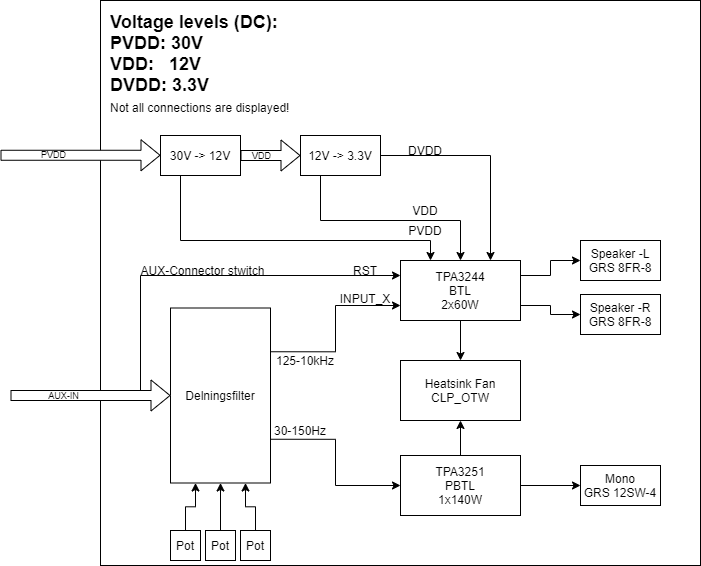
The draw.io diagram Documentation/Images/Blockdiagram.png in JoeyStrandnes/TSTE93_Slutsteget, before a commit. Source tidied: cells renumbered, new cells last; positions are measured from the earlier drawing's top-left corner, leaving out a move shared by most shapes.
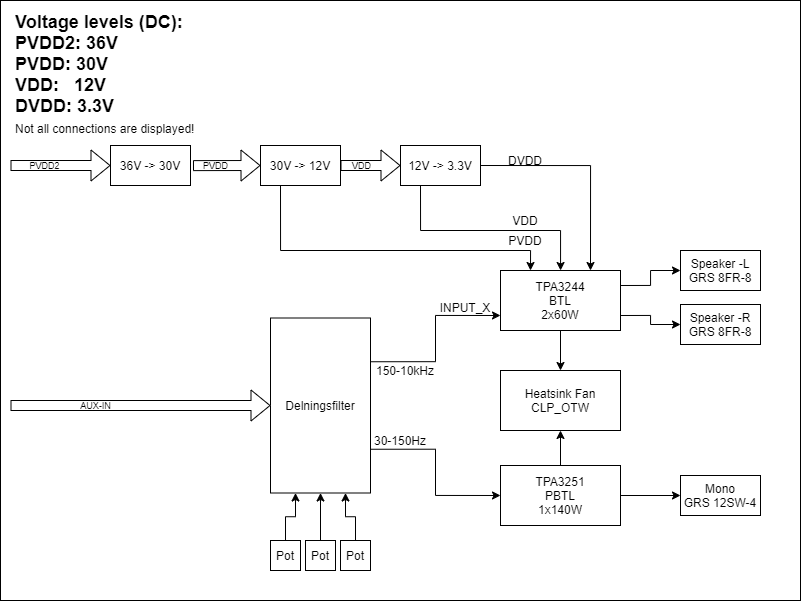
The same file after the commit.

Diff of the diagram source:
```diff
@@ -3,7 +3,7 @@
     <mxCell id="0" />
     <mxCell id="1" parent="0" />
     <mxCell id="2" style="rounded=0;whiteSpace=wrap;html=1;fillColor=none;" parent="1" vertex="1">
-      <mxGeometry x="100" width="600" height="565" as="geometry" />
+      <mxGeometry x="-100" y="-10" width="800" height="600" as="geometry" />
     </mxCell>
     <mxCell id="3" style="edgeStyle=orthogonalEdgeStyle;rounded=0;jettySize=auto;html=1;exitX=1;exitY=0.25;exitDx=0;exitDy=0;entryX=0;entryY=0.5;entryDx=0;entryDy=0;" parent="1" edge="1" source="6" target="22">
       <mxGeometry relative="1" as="geometry" />
@@ -38,7 +38,7 @@
     <mxCell id="13" value="30-150Hz" style="text;html=1;strokeColor=none;fillColor=none;align=center;verticalAlign=middle;whiteSpace=wrap;rounded=0;" parent="1" vertex="1">
       <mxGeometry x="270" y="420" width="60" height="20" as="geometry" />
     </mxCell>
-    <mxCell id="14" value="125-10kHz" style="text;html=1;strokeColor=none;fillColor=none;align=center;verticalAlign=middle;whiteSpace=wrap;rounded=0;" parent="1" vertex="1">
+    <mxCell id="14" value="150-10kHz" style="text;html=1;strokeColor=none;fillColor=none;align=center;verticalAlign=middle;whiteSpace=wrap;rounded=0;" parent="1" vertex="1">
       <mxGeometry x="270" y="350" width="70" height="20" as="geometry" />
     </mxCell>
     <mxCell id="15" style="edgeStyle=orthogonalEdgeStyle;rounded=0;jettySize=auto;html=1;exitX=0.5;exitY=0;exitDx=0;exitDy=0;entryX=0.25;entryY=1;entryDx=0;entryDy=0;" parent="1" edge="1" source="16" target="12">
@@ -73,36 +73,21 @@
     </mxCell>
     <mxCell id="25" style="shape=flexArrow;endArrow=classic;html=1;entryX=0;entryY=0.5;entryDx=0;entryDy=0;fillColor=#ffffff;" parent="1" edge="1" target="12">
       <mxGeometry relative="1" as="geometry">
-        <mxPoint x="10" y="395" as="sourcePoint" />
+        <mxPoint x="-90" y="395" as="sourcePoint" />
       </mxGeometry>
     </mxCell>
     <mxCell id="26" value="AUX-IN" style="edgeLabel;html=1;align=center;verticalAlign=middle;labelBackgroundColor=none;fontSize=9;" parent="25" vertex="1">
       <mxGeometry x="-0.34" y="1" relative="1" as="geometry" />
     </mxCell>
-    <mxCell id="27" value="&lt;h1&gt;Voltage levels (DC):&lt;br&gt;PVDD: 30V&lt;br&gt;VDD:&amp;nbsp; &amp;nbsp;12V&lt;br&gt;DVDD: 3.3V&lt;br&gt;&lt;span style=&quot;font-weight: normal&quot;&gt;&lt;font style=&quot;font-size: 12px&quot;&gt;Not all connections are displayed!&lt;/font&gt;&lt;/span&gt;&lt;/h1&gt;" style="text;html=1;strokeColor=none;fillColor=none;spacing=5;spacingTop=-20;whiteSpace=wrap;overflow=hidden;rounded=0;labelBackgroundColor=none;fontSize=9;" parent="1" vertex="1">
-      <mxGeometry x="105" y="10" width="190" height="120" as="geometry" />
+    <mxCell id="27" value="&lt;h1&gt;Voltage levels (DC):&lt;br&gt;PVDD2: 36V&lt;br&gt;PVDD: 30V&lt;br&gt;VDD:&amp;nbsp; &amp;nbsp;12V&lt;br&gt;DVDD: 3.3V&lt;br&gt;&lt;span style=&quot;font-weight: normal&quot;&gt;&lt;font style=&quot;font-size: 12px&quot;&gt;Not all connections are displayed!&lt;/font&gt;&lt;/span&gt;&lt;/h1&gt;" style="text;html=1;strokeColor=none;fillColor=none;spacing=5;spacingTop=-20;whiteSpace=wrap;overflow=hidden;rounded=0;labelBackgroundColor=none;fontSize=9;" parent="1" vertex="1">
+      <mxGeometry x="-90" width="190" height="130" as="geometry" />
     </mxCell>
-    <mxCell id="28" style="endArrow=classic;html=1;fillColor=#ffffff;fontSize=9;entryX=0;entryY=0.25;entryDx=0;entryDy=0;rounded=0;" parent="1" edge="1" target="6">
-      <mxGeometry relative="1" as="geometry">
-        <mxPoint x="140" y="390" as="sourcePoint" />
-        <Array as="points">
-          <mxPoint x="140" y="275" />
-        </Array>
-      </mxGeometry>
-    </mxCell>
-    <mxCell id="29" value="AUX-Connector stwitch" style="text;html=1;strokeColor=none;fillColor=none;align=center;verticalAlign=middle;whiteSpace=wrap;rounded=0;" parent="1" vertex="1">
-      <mxGeometry x="135" y="260" width="135" height="20" as="geometry" />
-    </mxCell>
-    <mxCell id="30" value="RST" style="text;html=1;strokeColor=none;fillColor=none;align=center;verticalAlign=middle;whiteSpace=wrap;rounded=0;" parent="1" vertex="1">
-      <mxGeometry x="350" y="260" width="30" height="20" as="geometry" />
-    </mxCell>
-    <mxCell id="31" style="shape=flexArrow;endArrow=classic;html=1;entryX=0;entryY=0.5;entryDx=0;entryDy=0;fillColor=#ffffff;" parent="1" edge="1">
+    <mxCell id="31" style="shape=flexArrow;endArrow=classic;html=1;fillColor=#ffffff;entryX=0;entryY=0.5;entryDx=0;entryDy=0;" parent="1" edge="1" target="45">
       <mxGeometry relative="1" as="geometry">
-        <mxPoint y="154.8" as="sourcePoint" />
-        <mxPoint x="160" y="154.8" as="targetPoint" />
+        <mxPoint x="-90" y="155" as="sourcePoint" />
       </mxGeometry>
     </mxCell>
-    <mxCell id="32" value="PVDD" style="edgeLabel;html=1;align=center;verticalAlign=middle;labelBackgroundColor=none;fontSize=9;" parent="31" vertex="1">
+    <mxCell id="32" value="PVDD2" style="edgeLabel;html=1;align=center;verticalAlign=middle;labelBackgroundColor=none;fontSize=9;" parent="31" vertex="1">
       <mxGeometry x="-0.34" y="1" relative="1" as="geometry" />
     </mxCell>
     <mxCell id="33" style="edgeStyle=orthogonalEdgeStyle;rounded=0;jettySize=auto;html=1;" parent="1" edge="1" source="36" target="38">
@@ -153,5 +138,14 @@
     <mxCell id="44" value="DVDD" style="text;html=1;strokeColor=none;fillColor=none;align=center;verticalAlign=middle;whiteSpace=wrap;rounded=0;" parent="1" vertex="1">
       <mxGeometry x="410" y="140" width="30" height="20" as="geometry" />
     </mxCell>
+    <mxCell id="45" value="36V -&amp;gt; 30V" style="rounded=0;whiteSpace=wrap;html=1;fillColor=none;" parent="1" vertex="1">
+      <mxGeometry x="10" y="135" width="80" height="40" as="geometry" />
+    </mxCell>
+    <mxCell id="46" style="shape=flexArrow;endArrow=classic;html=1;fillColor=#ffffff;entryX=0;entryY=0.5;entryDx=0;entryDy=0;exitX=1.031;exitY=0.503;exitDx=0;exitDy=0;exitPerimeter=0;" parent="1" edge="1" source="45" target="36">
+      <mxGeometry relative="1" as="geometry" />
+    </mxCell>
+    <mxCell id="47" value="PVDD" style="edgeLabel;html=1;align=center;verticalAlign=middle;labelBackgroundColor=none;fontSize=9;" parent="46" vertex="1">
+      <mxGeometry x="-0.34" y="1" relative="1" as="geometry" />
+    </mxCell>
   </root>
 </mxGraphModel>
```
